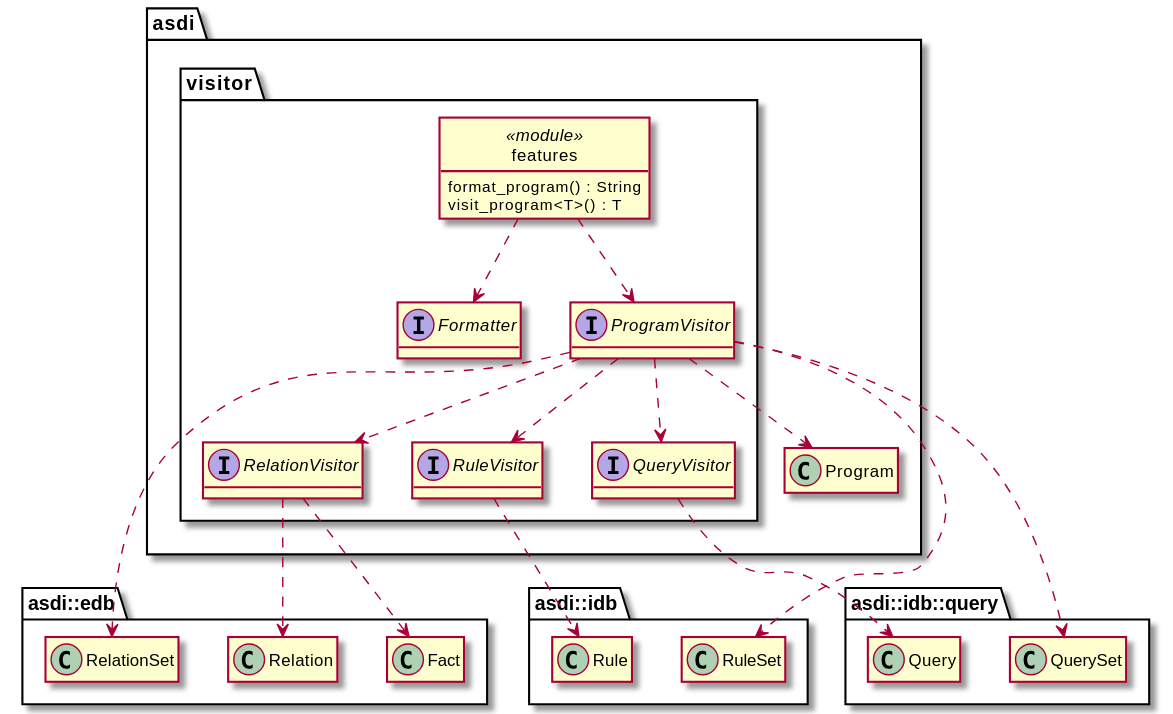
Above: book/src/model/visitor.svg in johnstonskj/rust-asdi (PlantUML), before the change.
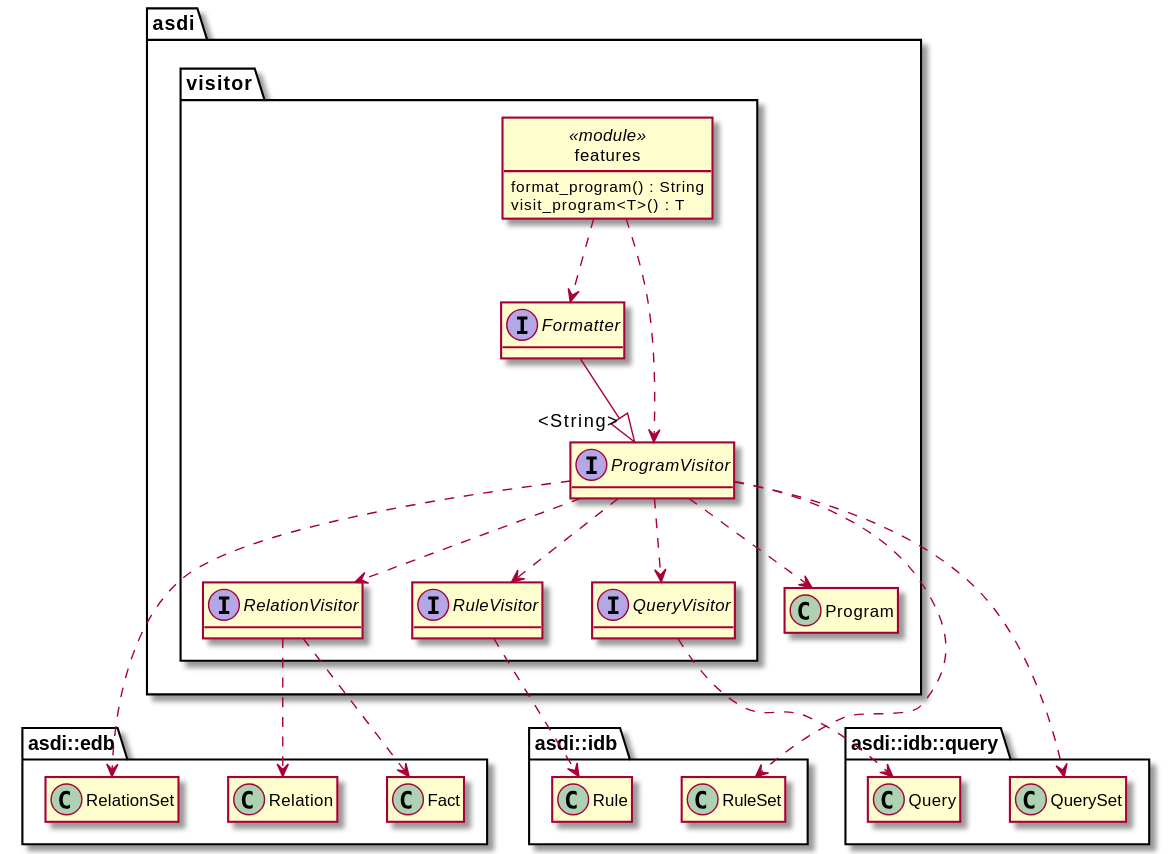
Above is the later version.

What changed in the source:
```diff
@@ -35,6 +35,8 @@
     interface RuleVisitor
     interface QueryVisitor
 
+    Formatter --|> "<String>" ProgramVisitor
+
     ProgramVisitor ..> RelationVisitor
     ProgramVisitor ..> RuleVisitor
     ProgramVisitor ..> QueryVisitor
```
